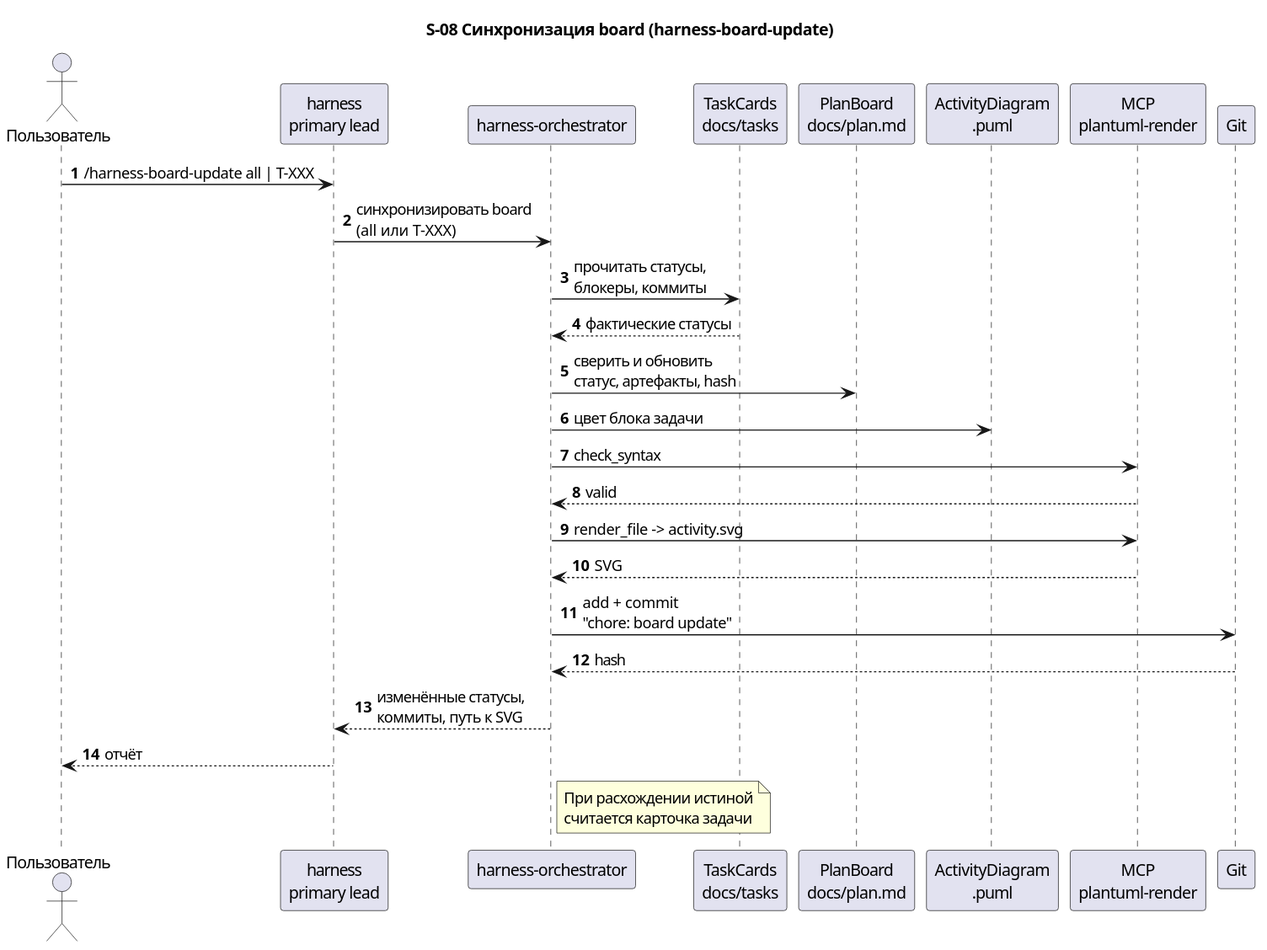
Before: docs/description/diagrams/seq-08-harness-board-update.svg, a diagram exported from PlantUML (serge-sasov/harness). The source it was exported from:
```plantuml
@startuml
autonumber
skinparam defaultFontName Segoe UI
title S-08 Синхронизация board (harness-board-update)

actor "Пользователь" as user
participant "harness\nprimary lead" as lead
participant "harness-orchestrator" as orch
participant "TaskCards\ndocs/tasks" as cards
participant "PlanBoard\ndocs/plan.md" as board
participant "ActivityDiagram\n.puml" as activity
participant "MCP\nplantuml-render" as mcp
participant "Git" as git

user -> lead : /harness-board-update all | T-XXX
lead -> orch : синхронизировать board\n(all или T-XXX)
orch -> cards : прочитать статусы,\nблокеры, коммиты
cards --> orch : фактические статусы
orch -> board : сверить и обновить\nстатус, артефакты, hash
orch -> activity : цвет блока задачи
orch -> mcp : check_syntax
mcp --> orch : valid
orch -> mcp : render_file -> activity.svg
mcp --> orch : SVG
orch -> git : add + commit\n"chore: board update"
git --> orch : hash
orch --> lead : изменённые статусы,\nкоммиты, путь к SVG
lead --> user : отчёт
note right of orch
  При расхождении истиной
  считается карточка задачи
end note
@enduml
```
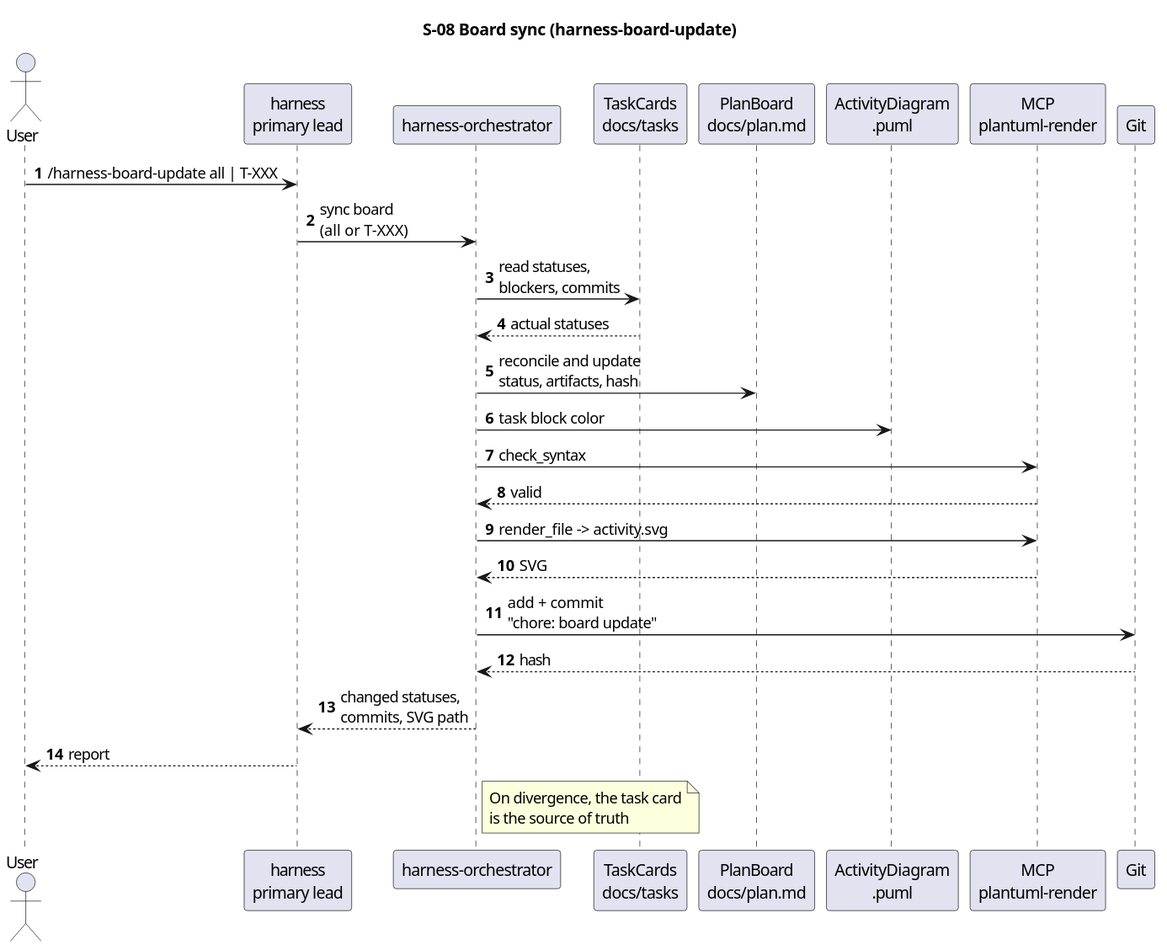
The same file after the commit.

What changed in the source:
```diff
@@ -1,9 +1,9 @@
 @startuml
 autonumber
 skinparam defaultFontName Segoe UI
-title S-08 Синхронизация board (harness-board-update)
+title S-08 Board sync (harness-board-update)
 
-actor "Пользователь" as user
+actor "User" as user
 participant "harness\nprimary lead" as lead
 participant "harness-orchestrator" as orch
 participant "TaskCards\ndocs/tasks" as cards
@@ -13,21 +13,21 @@
 participant "Git" as git
 
 user -> lead : /harness-board-update all | T-XXX
-lead -> orch : синхронизировать board\n(all или T-XXX)
-orch -> cards : прочитать статусы,\nблокеры, коммиты
-cards --> orch : фактические статусы
-orch -> board : сверить и обновить\nстатус, артефакты, hash
-orch -> activity : цвет блока задачи
+lead -> orch : sync board\n(all or T-XXX)
+orch -> cards : read statuses,\nblockers, commits
+cards --> orch : actual statuses
+orch -> board : reconcile and update\nstatus, artifacts, hash
+orch -> activity : task block color
 orch -> mcp : check_syntax
 mcp --> orch : valid
 orch -> mcp : render_file -> activity.svg
 mcp --> orch : SVG
 orch -> git : add + commit\n"chore: board update"
 git --> orch : hash
-orch --> lead : изменённые статусы,\nкоммиты, путь к SVG
-lead --> user : отчёт
+orch --> lead : changed statuses,\ncommits, SVG path
+lead --> user : report
 note right of orch
-  При расхождении истиной
-  считается карточка задачи
+  On divergence, the task card
+  is the source of truth
 end note
 @enduml
```
